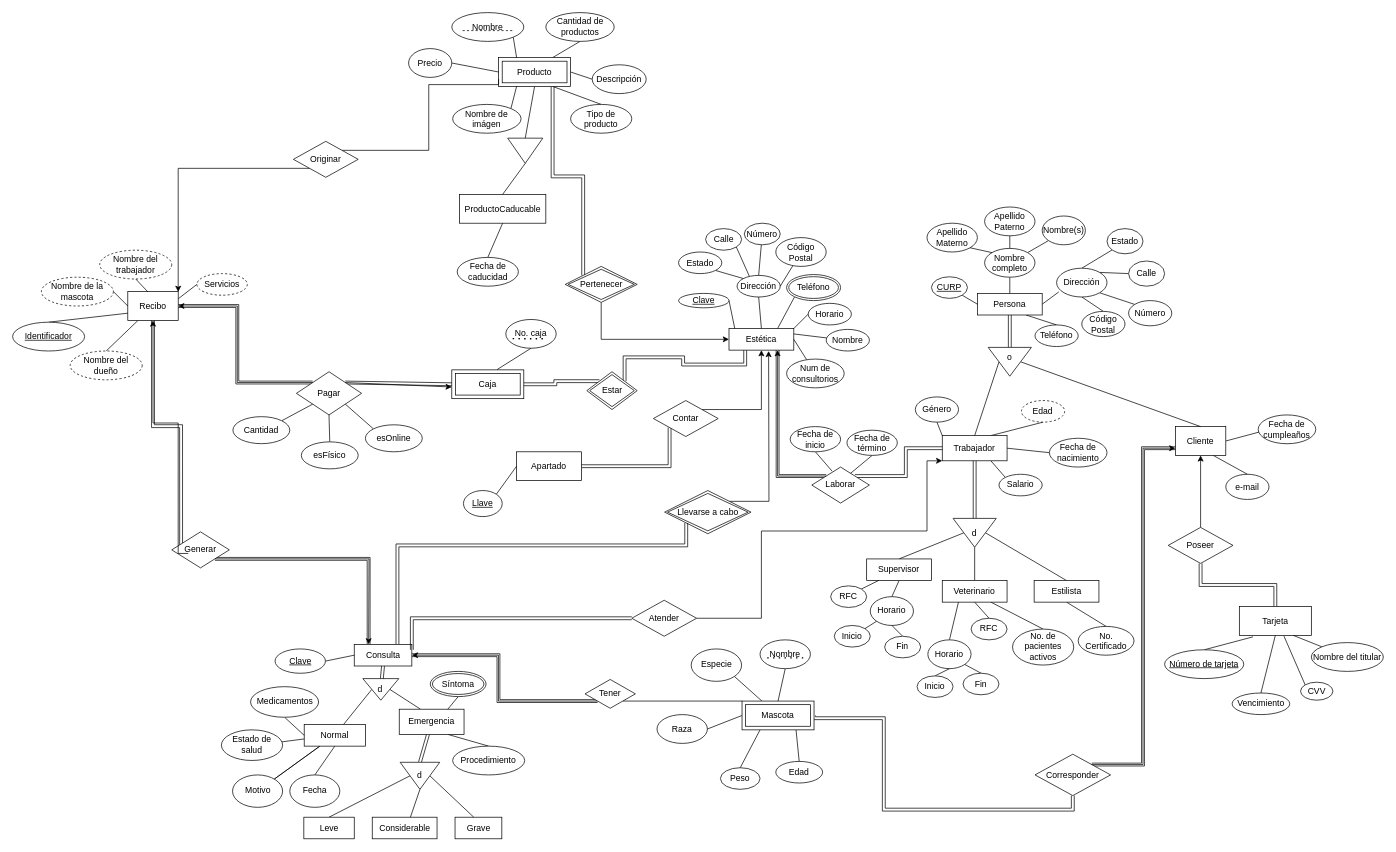
Earlier version of the draw.io diagram Untitled Diagram (1).drawio (FBD-Alfa/Practica03). Source tidied: cells renumbered, new cells numbered last; positions are measured from the earlier drawing's top-left corner, leaving out a move shared by most shapes. Both pictures are drawn from the tidied source at 72%, with x=0, y=0 at pixel (12, 12).
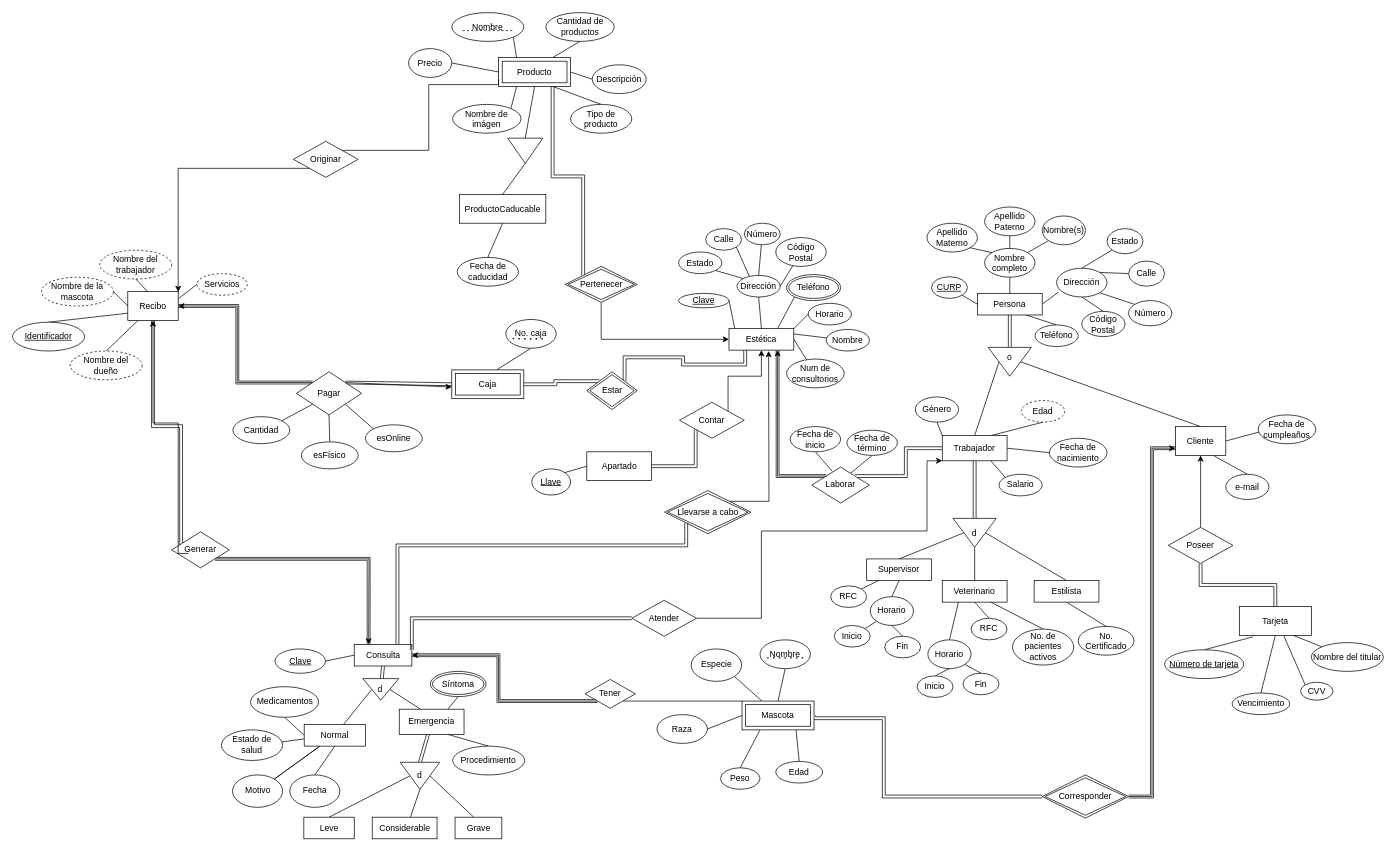
The same page after the edit.

Unchanged cells that the change refers to:
```xml
<mxCell id="33" value="Mascota" style="shape=ext;margin=3;double=1;whiteSpace=wrap;html=1;align=center;" parent="1" vertex="1">
  <mxGeometry x="1013.1" y="956.2" width="100" height="40" as="geometry" />
</mxCell>
<mxCell id="120" value="Cliente" style="whiteSpace=wrap;html=1;align=center;" parent="1" vertex="1">
  <mxGeometry x="1615" y="575" width="70" height="40" as="geometry" />
</mxCell>
```

The edit, as a diff of the source:
```diff
@@
-    <mxCell id="32" style="edgeStyle=orthogonalEdgeStyle;rounded=0;jettySize=auto;html=1;exitX=1;exitY=0.5;exitDx=0;exitDy=0;entryX=0.5;entryY=1;entryDx=0;entryDy=0;endArrow=none;endFill=0;shape=link;" parent="1" edge="1" source="33" target="209">
+    <mxCell id="32" style="edgeStyle=orthogonalEdgeStyle;rounded=0;jettySize=auto;html=1;exitX=1;exitY=0.5;exitDx=0;exitDy=0;endArrow=none;endFill=0;shape=link;entryX=0;entryY=0.5;entryDx=0;entryDy=0;" parent="1" edge="1" source="33" target="209">
       <mxGeometry relative="1" as="geometry">
         <Array as="points">
           <mxPoint x="1113" y="980" />
           <mxPoint x="1210" y="980" />
-          <mxPoint x="1210" y="1107" />
-          <mxPoint x="1473" y="1107" />
+          <mxPoint x="1210" y="1088" />
         </Array>
       </mxGeometry>
     </mxCell>
@@
-    <mxCell id="208" style="edgeStyle=orthogonalEdgeStyle;shape=link;rounded=0;jettySize=auto;html=1;exitX=1;exitY=0;exitDx=0;exitDy=0;entryX=0;entryY=0.75;entryDx=0;entryDy=0;endArrow=none;endFill=0;" parent="1" edge="1" source="209" target="120">
+    <mxCell id="208" style="edgeStyle=orthogonalEdgeStyle;shape=link;rounded=0;jettySize=auto;html=1;exitX=1;exitY=0.5;exitDx=0;exitDy=0;entryX=0;entryY=0.75;entryDx=0;entryDy=0;endArrow=none;endFill=0;" parent="1" edge="1" source="209" target="120">
       <mxGeometry relative="1" as="geometry" />
     </mxCell>
-    <mxCell id="209" value="Corresponder" style="shape=rhombus;perimeter=rhombusPerimeter;whiteSpace=wrap;html=1;align=center;" parent="1" vertex="1">
-      <mxGeometry x="1420" y="1030" width="105" height="57.5" as="geometry" />
-    </mxCell>
-    <mxCell id="210" style="endArrow=classic;html=1;rounded=0;exitX=1;exitY=0;exitDx=0;exitDy=0;entryX=0;entryY=0.75;entryDx=0;entryDy=0;edgeStyle=orthogonalEdgeStyle;endFill=1;" parent="1" edge="1" source="209" target="120">
+    <mxCell id="210" style="endArrow=classic;html=1;rounded=0;entryX=0;entryY=0.75;entryDx=0;entryDy=0;edgeStyle=orthogonalEdgeStyle;endFill=1;" parent="1" edge="1" source="209" target="120">
       <mxGeometry relative="1" as="geometry" />
     </mxCell>
@@
     <mxCell id="222" value="Apartado" style="whiteSpace=wrap;html=1;align=center;" parent="1" vertex="1">
-      <mxGeometry x="700" y="610" width="90" height="40" as="geometry" />
+      <mxGeometry x="797.5" y="610" width="90" height="40" as="geometry" />
     </mxCell>
@@
     <mxCell id="224" value="Llave" style="ellipse;whiteSpace=wrap;html=1;align=center;fontStyle=4;" parent="1" vertex="1">
-      <mxGeometry x="626.2" y="663.8" width="53.8" height="36.2" as="geometry" />
+      <mxGeometry x="721.2" y="633.8" width="53.8" height="36.2" as="geometry" />
     </mxCell>
@@
     <mxCell id="226" value="Contar" style="shape=rhombus;perimeter=rhombusPerimeter;whiteSpace=wrap;html=1;align=center;" parent="1" vertex="1">
-      <mxGeometry x="890" y="538.8" width="90" height="50" as="geometry" />
+      <mxGeometry x="926.2" y="541.2" width="90" height="50" as="geometry" />
     </mxCell>
@@
+    <mxCell id="209" value="Corresponder" style="shape=rhombus;double=1;perimeter=rhombusPerimeter;whiteSpace=wrap;html=1;align=center;" parent="1" vertex="1">
+      <mxGeometry x="1430" y="1058.8" width="120" height="60" as="geometry" />
+    </mxCell>
```
